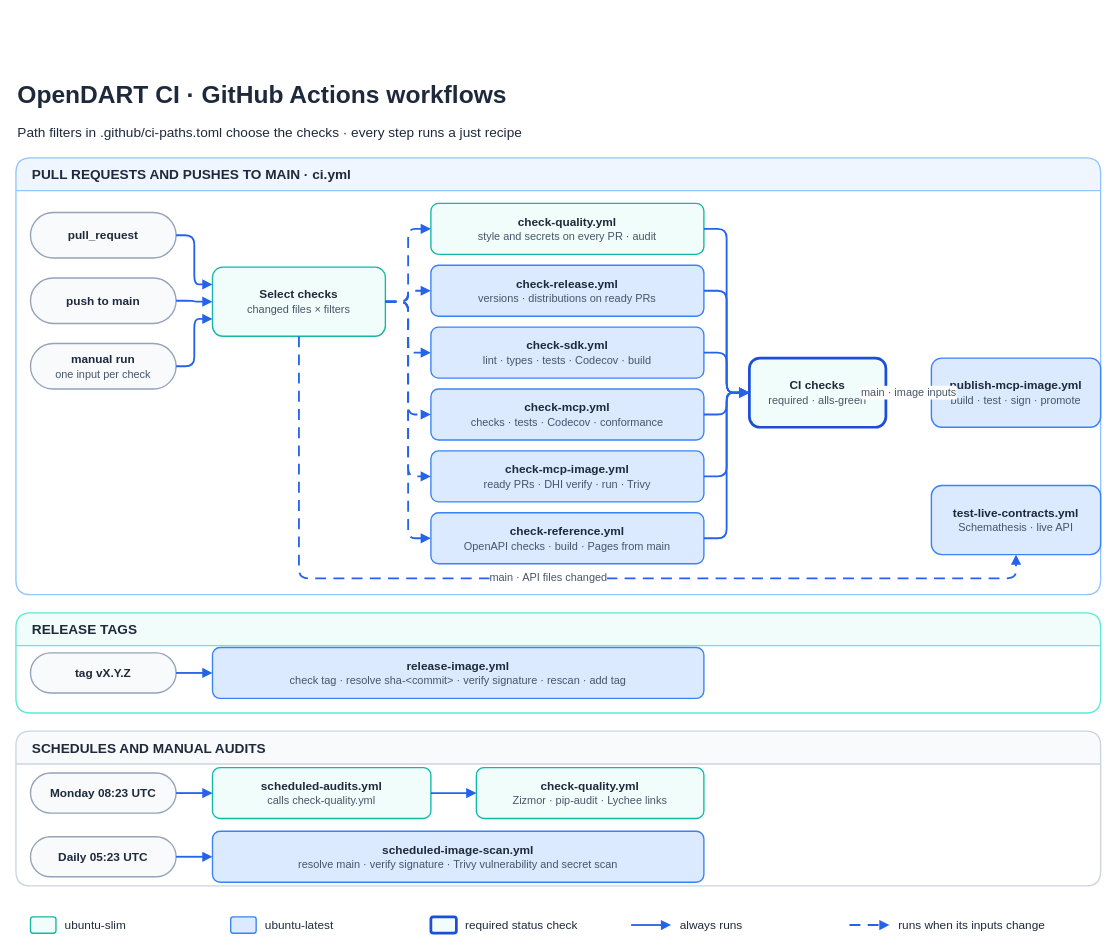
This is .github/workflows.drawio from orestxherija/opendart, a draw.io file, before an edit. Source tidied: cells renumbered, new cells numbered last; positions are measured from the earlier drawing's top-left corner, leaving out a move shared by most shapes. Both pictures are drawn from the tidied source at 91%, with x=0, y=0 at pixel (15, 77).
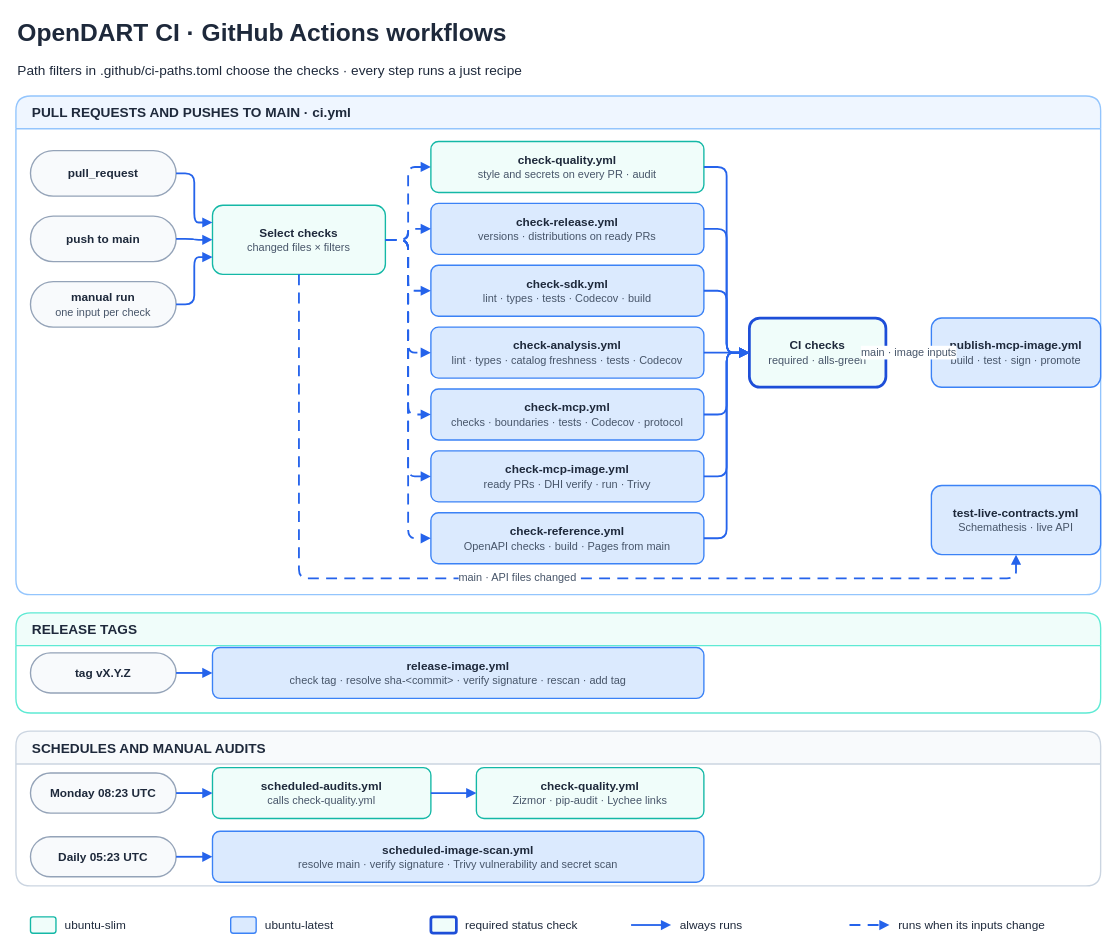
After the change.

Unchanged cells that the change refers to:
```xml
<mxCell id="15" value="&lt;b&gt;check-mcp-image.yml&lt;/b&gt;&lt;br&gt;&lt;font style=&quot;font-size:12px&quot; color=&quot;#475569&quot;&gt;ready PRs · DHI verify · run · Trivy&lt;/font&gt;" style="rounded=1;whiteSpace=wrap;html=1;fontFamily=Arial;fontSize=13;fontColor=#1e293b;spacing=12;fillColor=#dbeafe;strokeColor=#3b82f6;strokeWidth=1.5;" parent="1" vertex="1">
  <mxGeometry x="456" y="410" width="300" height="56" as="geometry" />
</mxCell>
<mxCell id="16" value="&lt;b&gt;check-reference.yml&lt;/b&gt;&lt;br&gt;&lt;font style=&quot;font-size:12px&quot; color=&quot;#475569&quot;&gt;OpenAPI checks · build · Pages from main&lt;/font&gt;" style="rounded=1;whiteSpace=wrap;html=1;fontFamily=Arial;fontSize=13;fontColor=#1e293b;spacing=12;fillColor=#dbeafe;strokeColor=#3b82f6;strokeWidth=1.5;" parent="1" vertex="1">
  <mxGeometry x="456" y="478" width="300" height="56" as="geometry" />
</mxCell>
```

The edit, as a diff of the source:
```diff
@@
     <mxCell id="2" value="OpenDART CI · GitHub Actions workflows" style="text;html=1;fontFamily=Arial;fontSize=27;fontColor=#1e293b;fontStyle=1;align=left;verticalAlign=middle;" parent="1" vertex="1">
-      <mxGeometry width="1192" height="38" as="geometry" />
+      <mxGeometry y="-68" width="1192" height="38" as="geometry" />
     </mxCell>
     <mxCell id="3" value="Path filters in .github/ci-paths.toml choose the checks · every step runs a just recipe" style="text;html=1;fontFamily=Arial;fontSize=15;fontColor=#1e293b;align=left;verticalAlign=middle;" parent="1" vertex="1">
-      <mxGeometry y="46" width="1192" height="26" as="geometry" />
+      <mxGeometry y="-22" width="1192" height="26" as="geometry" />
     </mxCell>
     <mxCell id="4" value="PULL REQUESTS AND PUSHES TO MAIN · ci.yml" style="swimlane;rounded=1;html=1;fontFamily=Arial;fontSize=15;fontColor=#1e293b;fontStyle=1;startSize=36;horizontal=1;align=left;spacingLeft=16;fillColor=#eff6ff;strokeColor=#93c5fd;strokeWidth=1.5;swimlaneFillColor=#ffffff;" parent="1" vertex="1">
-      <mxGeometry y="88" width="1192" height="480" as="geometry" />
+      <mxGeometry y="20" width="1192" height="548" as="geometry" />
     </mxCell>
@@
     <mxCell id="7" value="&lt;b&gt;pull_request&lt;/b&gt;" style="rounded=1;whiteSpace=wrap;html=1;fontFamily=Arial;fontSize=13;fontColor=#1e293b;spacing=12;fillColor=#f8fafc;strokeColor=#94a3b8;strokeWidth=1.5;arcSize=50;" parent="1" vertex="1">
-      <mxGeometry x="16" y="148" width="160" height="50" as="geometry" />
+      <mxGeometry x="16" y="80" width="160" height="50" as="geometry" />
     </mxCell>
     <mxCell id="8" value="&lt;b&gt;push to main&lt;/b&gt;" style="rounded=1;whiteSpace=wrap;html=1;fontFamily=Arial;fontSize=13;fontColor=#1e293b;spacing=12;fillColor=#f8fafc;strokeColor=#94a3b8;strokeWidth=1.5;arcSize=50;" parent="1" vertex="1">
-      <mxGeometry x="16" y="220" width="160" height="50" as="geometry" />
+      <mxGeometry x="16" y="152" width="160" height="50" as="geometry" />
     </mxCell>
     <mxCell id="9" value="&lt;b&gt;manual run&lt;/b&gt;&lt;br&gt;&lt;font style=&quot;font-size:12px&quot; color=&quot;#475569&quot;&gt;one input per check&lt;/font&gt;" style="rounded=1;whiteSpace=wrap;html=1;fontFamily=Arial;fontSize=13;fontColor=#1e293b;spacing=12;fillColor=#f8fafc;strokeColor=#94a3b8;strokeWidth=1.5;arcSize=50;" parent="1" vertex="1">
-      <mxGeometry x="16" y="292" width="160" height="50" as="geometry" />
+      <mxGeometry x="16" y="224" width="160" height="50" as="geometry" />
     </mxCell>
     <mxCell id="10" value="&lt;b&gt;Select checks&lt;/b&gt;&lt;br&gt;&lt;font style=&quot;font-size:12px&quot; color=&quot;#475569&quot;&gt;changed files × filters&lt;/font&gt;" style="rounded=1;whiteSpace=wrap;html=1;fontFamily=Arial;fontSize=13;fontColor=#1e293b;spacing=12;fillColor=#f0fdfa;strokeColor=#14b8a6;strokeWidth=1.5;" parent="1" vertex="1">
-      <mxGeometry x="216" y="208" width="190" height="76" as="geometry" />
+      <mxGeometry x="216" y="140" width="190" height="76" as="geometry" />
     </mxCell>
     <mxCell id="11" value="&lt;b&gt;check-quality.yml&lt;/b&gt;&lt;br&gt;&lt;font style=&quot;font-size:12px&quot; color=&quot;#475569&quot;&gt;style and secrets on every PR · audit&lt;/font&gt;" style="rounded=1;whiteSpace=wrap;html=1;fontFamily=Arial;fontSize=13;fontColor=#1e293b;spacing=12;fillColor=#f0fdfa;strokeColor=#14b8a6;strokeWidth=1.5;" parent="1" vertex="1">
-      <mxGeometry x="456" y="138" width="300" height="56" as="geometry" />
+      <mxGeometry x="456" y="70" width="300" height="56" as="geometry" />
     </mxCell>
     <mxCell id="12" value="&lt;b&gt;check-release.yml&lt;/b&gt;&lt;br&gt;&lt;font style=&quot;font-size:12px&quot; color=&quot;#475569&quot;&gt;versions · distributions on ready PRs&lt;/font&gt;" style="rounded=1;whiteSpace=wrap;html=1;fontFamily=Arial;fontSize=13;fontColor=#1e293b;spacing=12;fillColor=#dbeafe;strokeColor=#3b82f6;strokeWidth=1.5;" parent="1" vertex="1">
-      <mxGeometry x="456" y="206" width="300" height="56" as="geometry" />
+      <mxGeometry x="456" y="138" width="300" height="56" as="geometry" />
     </mxCell>
     <mxCell id="13" value="&lt;b&gt;check-sdk.yml&lt;/b&gt;&lt;br&gt;&lt;font style=&quot;font-size:12px&quot; color=&quot;#475569&quot;&gt;lint · types · tests · Codecov · build&lt;/font&gt;" style="rounded=1;whiteSpace=wrap;html=1;fontFamily=Arial;fontSize=13;fontColor=#1e293b;spacing=12;fillColor=#dbeafe;strokeColor=#3b82f6;strokeWidth=1.5;" parent="1" vertex="1">
-      <mxGeometry x="456" y="274" width="300" height="56" as="geometry" />
+      <mxGeometry x="456" y="206" width="300" height="56" as="geometry" />
     </mxCell>
+    <mxCell id="58" value="&lt;b&gt;check-analysis.yml&lt;/b&gt;&lt;br&gt;&lt;font style=&quot;font-size:12px&quot; color=&quot;#475569&quot;&gt;lint · types · catalog freshness · tests · Codecov&lt;/font&gt;" style="rounded=1;whiteSpace=wrap;html=1;fontFamily=Arial;fontSize=13;fontColor=#1e293b;spacing=12;fillColor=#dbeafe;strokeColor=#3b82f6;strokeWidth=1.5;" parent="1" vertex="1">
+      <mxGeometry x="456" y="274" width="300" height="56" as="geometry" />
+    </mxCell>
-    <mxCell id="14" value="&lt;b&gt;check-mcp.yml&lt;/b&gt;&lt;br&gt;&lt;font style=&quot;font-size:12px&quot; color=&quot;#475569&quot;&gt;checks · tests · Codecov · conformance&lt;/font&gt;" style="rounded=1;whiteSpace=wrap;html=1;fontFamily=Arial;fontSize=13;fontColor=#1e293b;spacing=12;fillColor=#dbeafe;strokeColor=#3b82f6;strokeWidth=1.5;" parent="1" vertex="1">
+    <mxCell id="14" value="&lt;b&gt;check-mcp.yml&lt;/b&gt;&lt;br&gt;&lt;font style=&quot;font-size:12px&quot; color=&quot;#475569&quot;&gt;checks · boundaries · tests · Codecov · protocol&lt;/font&gt;" style="rounded=1;whiteSpace=wrap;html=1;fontFamily=Arial;fontSize=13;fontColor=#1e293b;spacing=12;fillColor=#dbeafe;strokeColor=#3b82f6;strokeWidth=1.5;" parent="1" vertex="1">
       <mxGeometry x="456" y="342" width="300" height="56" as="geometry" />
     </mxCell>
@@
     <mxCell id="17" value="&lt;b&gt;CI checks&lt;/b&gt;&lt;br&gt;&lt;font style=&quot;font-size:12px&quot; color=&quot;#475569&quot;&gt;required · alls-green&lt;/font&gt;" style="rounded=1;whiteSpace=wrap;html=1;fontFamily=Arial;fontSize=13;fontColor=#1e293b;spacing=12;fillColor=#f0fdfa;strokeColor=#1d4ed8;strokeWidth=3;" parent="1" vertex="1">
-      <mxGeometry x="806" y="308" width="150" height="76" as="geometry" />
+      <mxGeometry x="806" y="264" width="150" height="76" as="geometry" />
     </mxCell>
     <mxCell id="18" value="&lt;b&gt;publish-mcp-image.yml&lt;/b&gt;&lt;br&gt;&lt;font style=&quot;font-size:12px&quot; color=&quot;#475569&quot;&gt;build · test · sign · promote&lt;/font&gt;" style="rounded=1;whiteSpace=wrap;html=1;fontFamily=Arial;fontSize=13;fontColor=#1e293b;spacing=12;fillColor=#dbeafe;strokeColor=#3b82f6;strokeWidth=1.5;" parent="1" vertex="1">
-      <mxGeometry x="1006" y="308" width="186" height="76" as="geometry" />
+      <mxGeometry x="1006" y="264" width="186" height="76" as="geometry" />
     </mxCell>
@@
     <mxCell id="27" style="edgeStyle=orthogonalEdgeStyle;rounded=1;html=1;strokeWidth=2;strokeColor=#2563eb;endArrow=block;endFill=1;exitX=1.000;exitY=0.500;entryX=0.000;entryY=0.250;exitPerimeter=0;entryPerimeter=0;fontFamily=Arial;fontSize=12;fontColor=#475569;labelBackgroundColor=#ffffff;" parent="1" edge="1" source="7" target="10">
       <mxGeometry relative="1" as="geometry">
         <Array as="points">
-          <mxPoint x="196" y="173" />
-          <mxPoint x="196" y="227" />
+          <mxPoint x="196" y="105" />
+          <mxPoint x="196" y="159" />
         </Array>
       </mxGeometry>
     </mxCell>
     <mxCell id="28" style="edgeStyle=orthogonalEdgeStyle;rounded=1;html=1;strokeWidth=2;strokeColor=#2563eb;endArrow=block;endFill=1;exitX=1.000;exitY=0.500;entryX=0.000;entryY=0.500;exitPerimeter=0;entryPerimeter=0;fontFamily=Arial;fontSize=12;fontColor=#475569;labelBackgroundColor=#ffffff;" parent="1" edge="1" source="8" target="10">
       <mxGeometry relative="1" as="geometry">
         <Array as="points">
-          <mxPoint x="196" y="245" />
-          <mxPoint x="196" y="246" />
+          <mxPoint x="196" y="177" />
+          <mxPoint x="196" y="178" />
         </Array>
       </mxGeometry>
     </mxCell>
     <mxCell id="29" style="edgeStyle=orthogonalEdgeStyle;rounded=1;html=1;strokeWidth=2;strokeColor=#2563eb;endArrow=block;endFill=1;exitX=1.000;exitY=0.500;entryX=0.000;entryY=0.750;exitPerimeter=0;entryPerimeter=0;fontFamily=Arial;fontSize=12;fontColor=#475569;labelBackgroundColor=#ffffff;" parent="1" edge="1" source="9" target="10">
       <mxGeometry relative="1" as="geometry">
         <Array as="points">
-          <mxPoint x="196" y="317" />
-          <mxPoint x="196" y="265" />
+          <mxPoint x="196" y="249" />
+          <mxPoint x="196" y="197" />
         </Array>
       </mxGeometry>
     </mxCell>
     <mxCell id="30" style="edgeStyle=orthogonalEdgeStyle;rounded=1;html=1;strokeWidth=2;strokeColor=#2563eb;endArrow=block;endFill=1;exitX=1.000;exitY=0.500;entryX=0.000;entryY=0.500;exitPerimeter=0;entryPerimeter=0;fontFamily=Arial;fontSize=12;fontColor=#475569;labelBackgroundColor=#ffffff;dashed=1;dashPattern=6 4;" parent="1" edge="1" source="10" target="11">
       <mxGeometry relative="1" as="geometry">
         <Array as="points">
-          <mxPoint x="431" y="246" />
-          <mxPoint x="431" y="166" />
+          <mxPoint x="431" y="178" />
+          <mxPoint x="431" y="98" />
         </Array>
       </mxGeometry>
     </mxCell>
     <mxCell id="31" style="edgeStyle=orthogonalEdgeStyle;rounded=1;html=1;strokeWidth=2;strokeColor=#2563eb;endArrow=block;endFill=1;exitX=1.000;exitY=0.500;entryX=0.000;entryY=0.500;exitPerimeter=0;entryPerimeter=0;fontFamily=Arial;fontSize=12;fontColor=#475569;labelBackgroundColor=#ffffff;" parent="1" edge="1" source="11" target="17">
       <mxGeometry relative="1" as="geometry">
         <Array as="points">
-          <mxPoint x="781" y="166" />
-          <mxPoint x="781" y="346" />
+          <mxPoint x="781" y="98" />
+          <mxPoint x="781" y="302" />
         </Array>
       </mxGeometry>
     </mxCell>
     <mxCell id="32" style="edgeStyle=orthogonalEdgeStyle;rounded=1;html=1;strokeWidth=2;strokeColor=#2563eb;endArrow=block;endFill=1;exitX=1.000;exitY=0.500;entryX=0.000;entryY=0.500;exitPerimeter=0;entryPerimeter=0;fontFamily=Arial;fontSize=12;fontColor=#475569;labelBackgroundColor=#ffffff;dashed=1;dashPattern=6 4;" parent="1" edge="1" source="10" target="12">
       <mxGeometry relative="1" as="geometry">
         <Array as="points">
-          <mxPoint x="431" y="246" />
-          <mxPoint x="431" y="234" />
+          <mxPoint x="431" y="178" />
+          <mxPoint x="431" y="166" />
         </Array>
       </mxGeometry>
     </mxCell>
     <mxCell id="33" style="edgeStyle=orthogonalEdgeStyle;rounded=1;html=1;strokeWidth=2;strokeColor=#2563eb;endArrow=block;endFill=1;exitX=1.000;exitY=0.500;entryX=0.000;entryY=0.500;exitPerimeter=0;entryPerimeter=0;fontFamily=Arial;fontSize=12;fontColor=#475569;labelBackgroundColor=#ffffff;" parent="1" edge="1" source="12" target="17">
       <mxGeometry relative="1" as="geometry">
         <Array as="points">
-          <mxPoint x="781" y="234" />
-          <mxPoint x="781" y="346" />
+          <mxPoint x="781" y="166" />
+          <mxPoint x="781" y="302" />
         </Array>
       </mxGeometry>
     </mxCell>
     <mxCell id="34" style="edgeStyle=orthogonalEdgeStyle;rounded=1;html=1;strokeWidth=2;strokeColor=#2563eb;endArrow=block;endFill=1;exitX=1.000;exitY=0.500;entryX=0.000;entryY=0.500;exitPerimeter=0;entryPerimeter=0;fontFamily=Arial;fontSize=12;fontColor=#475569;labelBackgroundColor=#ffffff;dashed=1;dashPattern=6 4;" parent="1" edge="1" source="10" target="13">
       <mxGeometry relative="1" as="geometry">
         <Array as="points">
-          <mxPoint x="431" y="246" />
-          <mxPoint x="431" y="302" />
+          <mxPoint x="431" y="178" />
+          <mxPoint x="431" y="234" />
         </Array>
       </mxGeometry>
     </mxCell>
     <mxCell id="35" style="edgeStyle=orthogonalEdgeStyle;rounded=1;html=1;strokeWidth=2;strokeColor=#2563eb;endArrow=block;endFill=1;exitX=1.000;exitY=0.500;entryX=0.000;entryY=0.500;exitPerimeter=0;entryPerimeter=0;fontFamily=Arial;fontSize=12;fontColor=#475569;labelBackgroundColor=#ffffff;" parent="1" edge="1" source="13" target="17">
       <mxGeometry relative="1" as="geometry">
         <Array as="points">
+          <mxPoint x="781" y="234" />
           <mxPoint x="781" y="302" />
-          <mxPoint x="781" y="346" />
         </Array>
       </mxGeometry>
     </mxCell>
+    <mxCell id="59" style="edgeStyle=orthogonalEdgeStyle;rounded=1;html=1;strokeWidth=2;strokeColor=#2563eb;endArrow=block;endFill=1;exitX=1.000;exitY=0.500;entryX=0.000;entryY=0.500;exitPerimeter=0;entryPerimeter=0;fontFamily=Arial;fontSize=12;fontColor=#475569;labelBackgroundColor=#ffffff;dashed=1;dashPattern=6 4;" parent="1" edge="1" source="10" target="58">
+      <mxGeometry relative="1" as="geometry">
+        <Array as="points">
+          <mxPoint x="431" y="178" />
+          <mxPoint x="431" y="302" />
+        </Array>
+      </mxGeometry>
+    </mxCell>
+    <mxCell id="60" style="edgeStyle=orthogonalEdgeStyle;rounded=1;html=1;strokeWidth=2;strokeColor=#2563eb;endArrow=block;endFill=1;exitX=1.000;exitY=0.500;entryX=0.000;entryY=0.500;exitPerimeter=0;entryPerimeter=0;fontFamily=Arial;fontSize=12;fontColor=#475569;labelBackgroundColor=#ffffff;" parent="1" edge="1" source="58" target="17">
+      <mxGeometry relative="1" as="geometry" />
+    </mxCell>
     <mxCell id="36" style="edgeStyle=orthogonalEdgeStyle;rounded=1;html=1;strokeWidth=2;strokeColor=#2563eb;endArrow=block;endFill=1;exitX=1.000;exitY=0.500;entryX=0.000;entryY=0.500;exitPerimeter=0;entryPerimeter=0;fontFamily=Arial;fontSize=12;fontColor=#475569;labelBackgroundColor=#ffffff;dashed=1;dashPattern=6 4;" parent="1" edge="1" source="10" target="14">
       <mxGeometry relative="1" as="geometry">
         <Array as="points">
-          <mxPoint x="431" y="246" />
+          <mxPoint x="431" y="178" />
           <mxPoint x="431" y="370" />
         </Array>
       </mxGeometry>
     </mxCell>
     <mxCell id="37" style="edgeStyle=orthogonalEdgeStyle;rounded=1;html=1;strokeWidth=2;strokeColor=#2563eb;endArrow=block;endFill=1;exitX=1.000;exitY=0.500;entryX=0.000;entryY=0.500;exitPerimeter=0;entryPerimeter=0;fontFamily=Arial;fontSize=12;fontColor=#475569;labelBackgroundColor=#ffffff;" parent="1" edge="1" source="14" target="17">
       <mxGeometry relative="1" as="geometry">
         <Array as="points">
           <mxPoint x="781" y="370" />
-          <mxPoint x="781" y="346" />
+          <mxPoint x="781" y="302" />
         </Array>
       </mxGeometry>
     </mxCell>
     <mxCell id="38" style="edgeStyle=orthogonalEdgeStyle;rounded=1;html=1;strokeWidth=2;strokeColor=#2563eb;endArrow=block;endFill=1;exitX=1.000;exitY=0.500;entryX=0.000;entryY=0.500;exitPerimeter=0;entryPerimeter=0;fontFamily=Arial;fontSize=12;fontColor=#475569;labelBackgroundColor=#ffffff;dashed=1;dashPattern=6 4;" parent="1" edge="1" source="10" target="15">
       <mxGeometry relative="1" as="geometry">
         <Array as="points">
-          <mxPoint x="431" y="246" />
+          <mxPoint x="431" y="178" />
           <mxPoint x="431" y="438" />
         </Array>
       </mxGeometry>
     </mxCell>
     <mxCell id="39" style="edgeStyle=orthogonalEdgeStyle;rounded=1;html=1;strokeWidth=2;strokeColor=#2563eb;endArrow=block;endFill=1;exitX=1.000;exitY=0.500;entryX=0.000;entryY=0.500;exitPerimeter=0;entryPerimeter=0;fontFamily=Arial;fontSize=12;fontColor=#475569;labelBackgroundColor=#ffffff;" parent="1" edge="1" source="15" target="17">
       <mxGeometry relative="1" as="geometry">
         <Array as="points">
           <mxPoint x="781" y="438" />
-          <mxPoint x="781" y="346" />
+          <mxPoint x="781" y="302" />
         </Array>
       </mxGeometry>
     </mxCell>
     <mxCell id="40" style="edgeStyle=orthogonalEdgeStyle;rounded=1;html=1;strokeWidth=2;strokeColor=#2563eb;endArrow=block;endFill=1;exitX=1.000;exitY=0.500;entryX=0.000;entryY=0.500;exitPerimeter=0;entryPerimeter=0;fontFamily=Arial;fontSize=12;fontColor=#475569;labelBackgroundColor=#ffffff;dashed=1;dashPattern=6 4;" parent="1" edge="1" source="10" target="16">
       <mxGeometry relative="1" as="geometry">
         <Array as="points">
-          <mxPoint x="431" y="246" />
+          <mxPoint x="431" y="178" />
           <mxPoint x="431" y="506" />
         </Array>
       </mxGeometry>
     </mxCell>
     <mxCell id="41" style="edgeStyle=orthogonalEdgeStyle;rounded=1;html=1;strokeWidth=2;strokeColor=#2563eb;endArrow=block;endFill=1;exitX=1.000;exitY=0.500;entryX=0.000;entryY=0.500;exitPerimeter=0;entryPerimeter=0;fontFamily=Arial;fontSize=12;fontColor=#475569;labelBackgroundColor=#ffffff;" parent="1" edge="1" source="16" target="17">
       <mxGeometry relative="1" as="geometry">
         <Array as="points">
           <mxPoint x="781" y="506" />
-          <mxPoint x="781" y="346" />
+          <mxPoint x="781" y="302" />
         </Array>
       </mxGeometry>
     </mxCell>
```
